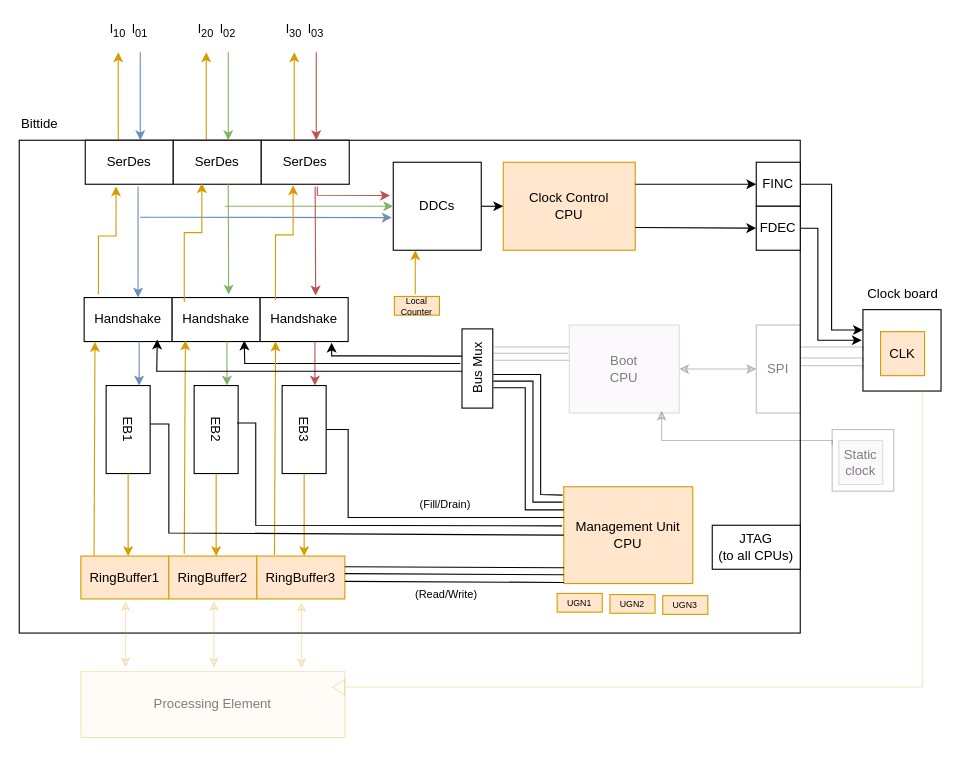
bittide/bittide-hardware keeps this draw.io diagram as docs/diagrams/bittide-mu-diagram.drawio. Above is the earlier version. Source tidied: cells renumbered, new cells numbered last; positions are measured from the earlier drawing's top-left corner, leaving out a move shared by most shapes. Both pictures are drawn from the tidied source at 110%, with x=0, y=0 at pixel (19, 19).
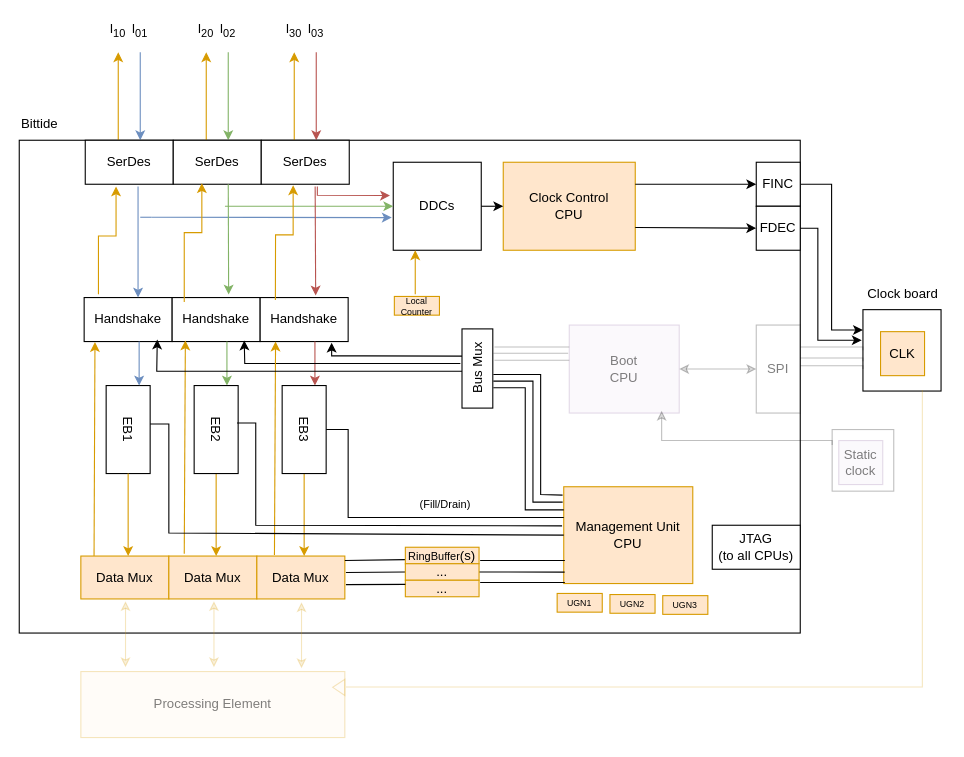
After the change.

Unchanged cells that the change refers to:
```xml
<mxCell id="60" value="&lt;div&gt;Management Unit&lt;/div&gt;&lt;div&gt;CPU&lt;/div&gt;" style="rounded=0;whiteSpace=wrap;html=1;fillColor=#ffe6cc;strokeColor=#d79b00;fillOpacity=100;strokeOpacity=100;" parent="1" vertex="1">
  <mxGeometry x="495" y="425" width="117.3" height="88" as="geometry" />
</mxCell>
```

Change to the diagram source:
```diff
@@
-    <mxCell id="53" value="RingBuffer1" style="rounded=0;whiteSpace=wrap;html=1;fillColor=#ffe6cc;strokeColor=#d79b00;fillOpacity=100;strokeOpacity=100;arcSize=12;" parent="1" vertex="1">
+    <mxCell id="53" value="Data Mux" style="rounded=0;whiteSpace=wrap;html=1;fillColor=#ffe6cc;strokeColor=#d79b00;fillOpacity=100;strokeOpacity=100;arcSize=12;" parent="1" vertex="1">
       <mxGeometry x="56" y="488" width="80" height="39" as="geometry" />
     </mxCell>
@@
-    <mxCell id="55" value="RingBuffer2" style="rounded=0;whiteSpace=wrap;html=1;fillColor=#ffe6cc;strokeColor=#d79b00;fillOpacity=100;strokeOpacity=100;arcSize=12;" parent="1" vertex="1">
+    <mxCell id="55" value="Data Mux" style="rounded=0;whiteSpace=wrap;html=1;fillColor=#ffe6cc;strokeColor=#d79b00;fillOpacity=100;strokeOpacity=100;arcSize=12;" parent="1" vertex="1">
       <mxGeometry x="136" y="488" width="80" height="39" as="geometry" />
     </mxCell>
-    <mxCell id="56" value="RingBuffer3" style="rounded=0;whiteSpace=wrap;html=1;fillColor=#ffe6cc;strokeColor=#d79b00;fillOpacity=100;strokeOpacity=100;arcSize=12;" parent="1" vertex="1">
+    <mxCell id="56" value="Data Mux" style="rounded=0;whiteSpace=wrap;html=1;fillColor=#ffe6cc;strokeColor=#d79b00;fillOpacity=100;strokeOpacity=100;arcSize=12;" parent="1" vertex="1">
       <mxGeometry x="216" y="488" width="80" height="39" as="geometry" />
     </mxCell>
@@
-    <mxCell id="89" style="endArrow=none;html=1;rounded=0;exitX=1;exitY=0.25;exitDx=0;exitDy=0;entryX=0.003;entryY=0.837;entryDx=0;entryDy=0;entryPerimeter=0;fillOpacity=100;strokeOpacity=100;" parent="1" edge="1" source="56" target="60">
-      <mxGeometry relative="1" as="geometry" />
-    </mxCell>
-    <mxCell id="90" style="endArrow=none;html=1;rounded=0;exitX=1;exitY=0.25;exitDx=0;exitDy=0;entryX=0.003;entryY=0.837;entryDx=0;entryDy=0;entryPerimeter=0;fillOpacity=100;strokeOpacity=100;" parent="1" edge="1">
-      <mxGeometry relative="1" as="geometry">
-        <mxPoint x="296" y="504" as="sourcePoint" />
-        <mxPoint x="495" y="505" as="targetPoint" />
-      </mxGeometry>
-    </mxCell>
-    <mxCell id="91" style="endArrow=none;html=1;rounded=0;exitX=1;exitY=0.25;exitDx=0;exitDy=0;entryX=0.003;entryY=0.837;entryDx=0;entryDy=0;entryPerimeter=0;fillOpacity=100;strokeOpacity=100;" parent="1" edge="1">
-      <mxGeometry relative="1" as="geometry">
-        <mxPoint x="296" y="511" as="sourcePoint" />
-        <mxPoint x="495" y="512" as="targetPoint" />
-      </mxGeometry>
-    </mxCell>
@@
-    <mxCell id="98" value="&lt;font style=&quot;font-size: 10px;&quot;&gt;(Read/Write)&lt;/font&gt;" style="text;html=1;whiteSpace=wrap;strokeColor=none;fillColor=none;align=center;verticalAlign=middle;rounded=0;" parent="1" vertex="1">
-      <mxGeometry x="343" y="508" width="91" height="30" as="geometry" />
-    </mxCell>
+    <mxCell id="99" style="endArrow=none;html=1;rounded=0;exitX=0.993;exitY=0.09;exitDx=0;exitDy=0;entryX=0;entryY=0.75;entryDx=0;entryDy=0;fillOpacity=100;strokeOpacity=100;exitPerimeter=0;" parent="1" edge="1" target="102">
+      <mxGeometry relative="1" as="geometry">
+        <mxPoint x="296" y="492" as="sourcePoint" />
+      </mxGeometry>
+    </mxCell>
+    <mxCell id="100" style="endArrow=none;html=1;rounded=0;exitX=1;exitY=0.5;exitDx=0;exitDy=0;entryX=-0.002;entryY=0.848;entryDx=0;entryDy=0;entryPerimeter=0;fillOpacity=100;strokeOpacity=100;" parent="1" edge="1" source="104">
+      <mxGeometry relative="1" as="geometry">
+        <mxPoint x="495.8" y="502.6" as="targetPoint" />
+      </mxGeometry>
+    </mxCell>
+    <mxCell id="101" style="endArrow=none;html=1;rounded=0;entryX=0.003;entryY=0.837;entryDx=0;entryDy=0;entryPerimeter=0;fillOpacity=100;strokeOpacity=100;" parent="1" edge="1">
+      <mxGeometry relative="1" as="geometry">
+        <mxPoint x="419" y="512" as="sourcePoint" />
+        <mxPoint x="496" y="512" as="targetPoint" />
+      </mxGeometry>
+    </mxCell>
+    <mxCell id="102" value="&lt;font style=&quot;font-size: 10px;&quot;&gt;RingBuffer&lt;/font&gt;(s)" style="rounded=0;whiteSpace=wrap;html=1;fillColor=#ffe6cc;strokeColor=#d79b00;fillOpacity=100;strokeOpacity=100;arcSize=12;" parent="1" vertex="1">
+      <mxGeometry x="351" y="480" width="67" height="15" as="geometry" />
+    </mxCell>
+    <mxCell id="103" style="endArrow=none;html=1;rounded=0;entryX=0;entryY=0.5;entryDx=0;entryDy=0;fillOpacity=100;strokeOpacity=100;" parent="1" edge="1" target="104">
+      <mxGeometry relative="1" as="geometry">
+        <mxPoint x="297" y="503" as="sourcePoint" />
+      </mxGeometry>
+    </mxCell>
+    <mxCell id="104" value="..." style="rounded=0;whiteSpace=wrap;html=1;fillColor=#ffe6cc;strokeColor=#d79b00;fillOpacity=100;strokeOpacity=100;arcSize=12;" parent="1" vertex="1">
+      <mxGeometry x="351" y="495" width="67" height="15" as="geometry" />
+    </mxCell>
+    <mxCell id="105" value="..." style="rounded=0;whiteSpace=wrap;html=1;fillColor=#ffe6cc;strokeColor=#d79b00;fillOpacity=100;strokeOpacity=100;arcSize=12;" parent="1" vertex="1">
+      <mxGeometry x="351" y="510" width="67" height="15" as="geometry" />
+    </mxCell>
+    <mxCell id="106" style="endArrow=none;html=1;rounded=0;fillOpacity=100;strokeOpacity=100;exitX=1.002;exitY=0.678;exitDx=0;exitDy=0;exitPerimeter=0;entryX=0;entryY=0.25;entryDx=0;entryDy=0;" parent="1" edge="1" target="105">
+      <mxGeometry relative="1" as="geometry">
+        <mxPoint x="297" y="514" as="sourcePoint" />
+      </mxGeometry>
+    </mxCell>
+    <mxCell id="107" style="endArrow=none;html=1;rounded=0;entryX=0.003;entryY=0.837;entryDx=0;entryDy=0;entryPerimeter=0;fillOpacity=100;strokeOpacity=100;" parent="1" edge="1">
+      <mxGeometry relative="1" as="geometry">
+        <mxPoint x="419" y="492" as="sourcePoint" />
+        <mxPoint x="496" y="492" as="targetPoint" />
+      </mxGeometry>
+    </mxCell>
```
